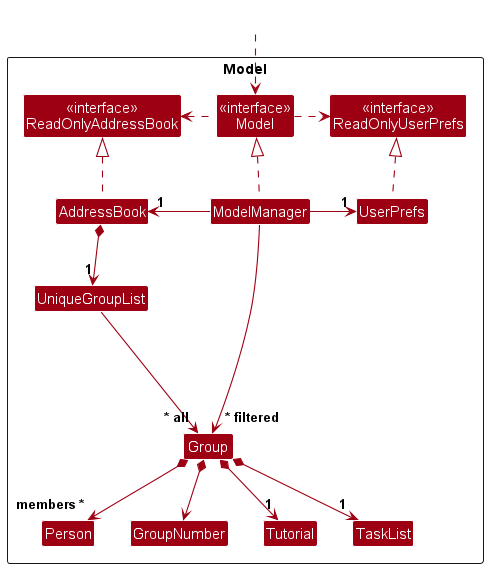
Before: docs/images/GroupModelClassDiagram.png, a diagram exported from PlantUML (wnchan/tp). Source of this version:
```plantuml
@startuml
!include style.puml
skinparam arrowThickness 1.1
skinparam arrowColor MODEL_COLOR
skinparam classBackgroundColor MODEL_COLOR

Package Model as ModelPackage <<Rectangle>>{
Class "<<interface>>\nReadOnlyAddressBook" as ReadOnlyAddressBook
Class "<<interface>>\nReadOnlyUserPrefs" as ReadOnlyUserPrefs
Class "<<interface>>\nModel" as Model
Class AddressBook
Class ModelManager
Class UserPrefs

Class Person

Class UniqueGroupList
Class Group
Class GroupNumber
Class Tutorial
Class TaskList

Class I #FFFFFF
}
Class HiddenOutside #FFFFFF
HiddenOutside ..> Model

AddressBook .up.|> ReadOnlyAddressBook

ModelManager .up.|> Model
Model .right.> ReadOnlyUserPrefs
Model .left.> ReadOnlyAddressBook
ModelManager -left-> "1" AddressBook
ModelManager -right-> "1" UserPrefs
UserPrefs .up.|> ReadOnlyUserPrefs

AddressBook *--> "1" UniqueGroupList
UniqueGroupList --> "~* all" Group
Group *--> GroupNumber
Group *--> "1" Tutorial
Group *-->"members *" Person
Group *--> "1" TaskList

Group -[hidden]up--> I
UniqueGroupList -[hidden]right-> I

ModelManager --> "~* filtered" Group

@enduml
```
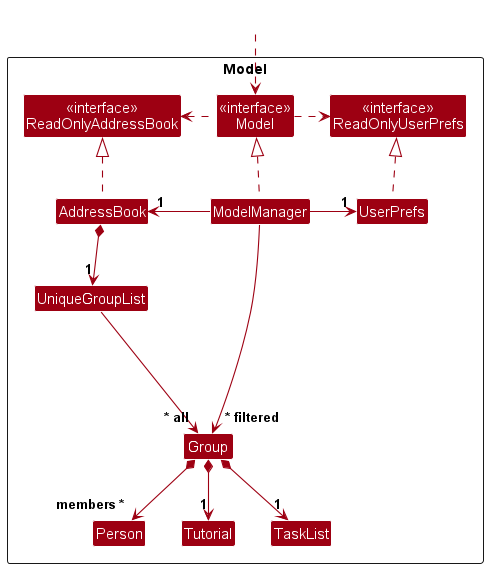
After the change.

The edit, as a diff of the source:
```diff
@@ -15,8 +15,9 @@
 Class Person
 
 Class UniqueGroupList
-Class Group
-Class GroupNumber
+Class Group {
+- int number
+}
 Class Tutorial
 Class TaskList
 
@@ -36,7 +37,6 @@
 
 AddressBook *--> "1" UniqueGroupList
 UniqueGroupList --> "~* all" Group
-Group *--> GroupNumber
 Group *--> "1" Tutorial
 Group *-->"members *" Person
 Group *--> "1" TaskList
```
